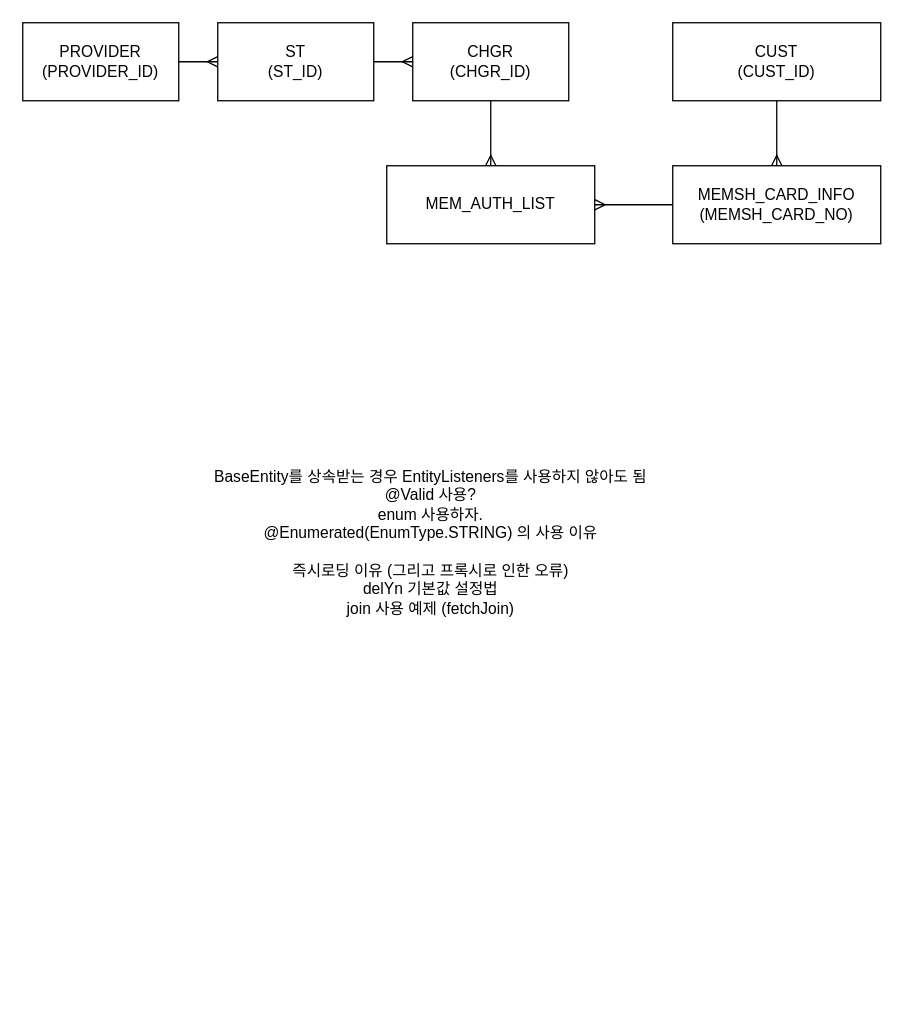
Before: mg/제목 없는 다이어그램.drawio in nadale28/drawio, a draw.io diagram. Source tidied: cells renumbered, new cells numbered last; positions are measured from the earlier drawing's top-left corner, leaving out a move shared by most shapes. Both pictures are drawn from the tidied source at 130%, with x=0, y=0 at pixel (22, 22).
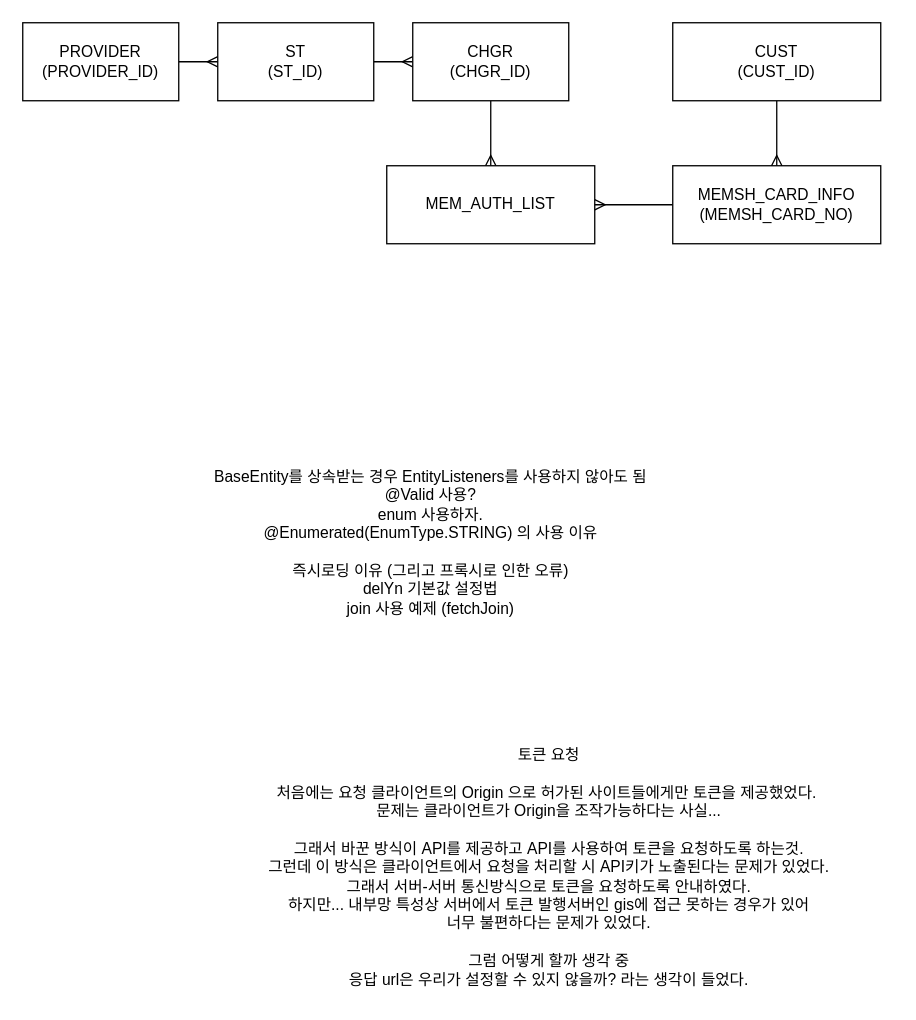
The same page after the edit.

Commit message:
제목 없는 다이어그램.drawio 업데이트

What changed in the source:
```diff
@@
 <mxGraphModel>
   <root>
     <mxCell id="0" />
     <mxCell id="1" parent="0" />
     <mxCell id="2" style="edgeStyle=orthogonalEdgeStyle;rounded=0;jettySize=auto;html=1;endArrow=ERmany;endFill=0;" parent="1" edge="1" source="3" target="5">
       <mxGeometry relative="1" as="geometry" />
     </mxCell>
     <mxCell id="3" value="PROVIDER&lt;br&gt;(PROVIDER_ID)" style="rounded=0;whiteSpace=wrap;html=1;" parent="1" vertex="1">
       <mxGeometry width="120" height="60" as="geometry" />
     </mxCell>
     <mxCell id="4" style="edgeStyle=orthogonalEdgeStyle;rounded=0;jettySize=auto;html=1;endArrow=ERmany;endFill=0;" parent="1" edge="1" source="5" target="7">
       <mxGeometry relative="1" as="geometry" />
     </mxCell>
     <mxCell id="5" value="ST&lt;br&gt;(ST_ID)" style="rounded=0;whiteSpace=wrap;html=1;" parent="1" vertex="1">
       <mxGeometry x="150" width="120" height="60" as="geometry" />
     </mxCell>
     <mxCell id="6" style="edgeStyle=orthogonalEdgeStyle;rounded=0;jettySize=auto;html=1;endArrow=ERmany;endFill=0;" parent="1" edge="1" source="7" target="8">
       <mxGeometry relative="1" as="geometry" />
     </mxCell>
     <mxCell id="7" value="CHGR&lt;br&gt;(CHGR_ID)" style="rounded=0;whiteSpace=wrap;html=1;" parent="1" vertex="1">
       <mxGeometry x="300" width="120" height="60" as="geometry" />
     </mxCell>
     <mxCell id="8" value="MEM_AUTH_LIST" style="rounded=0;whiteSpace=wrap;html=1;" parent="1" vertex="1">
       <mxGeometry x="280" y="110" width="160" height="60" as="geometry" />
     </mxCell>
     <mxCell id="9" style="edgeStyle=orthogonalEdgeStyle;rounded=0;jettySize=auto;html=1;entryX=1;entryY=0.5;entryDx=0;entryDy=0;endArrow=ERmany;endFill=0;" parent="1" edge="1" source="10" target="8">
       <mxGeometry relative="1" as="geometry" />
     </mxCell>
     <mxCell id="10" value="MEMSH_CARD_INFO&lt;br&gt;(MEMSH_CARD_NO)" style="rounded=0;whiteSpace=wrap;html=1;" parent="1" vertex="1">
       <mxGeometry x="500" y="110" width="160" height="60" as="geometry" />
     </mxCell>
     <mxCell id="11" style="edgeStyle=orthogonalEdgeStyle;rounded=0;jettySize=auto;html=1;endArrow=ERmany;endFill=0;" parent="1" edge="1" source="12" target="10">
       <mxGeometry relative="1" as="geometry" />
     </mxCell>
     <mxCell id="12" value="CUST&lt;br&gt;(CUST_ID)" style="rounded=0;whiteSpace=wrap;html=1;" parent="1" vertex="1">
       <mxGeometry x="500" width="160" height="60" as="geometry" />
     </mxCell>
     <mxCell id="13" value="BaseEntity를 상속받는 경우 EntityListeners를 사용하지 않아도 됨&lt;br&gt;@Valid 사용?&lt;br&gt;enum 사용하자.&lt;br&gt;@Enumerated(EnumType.STRING) 의 사용 이유&lt;br&gt;&lt;br&gt;즉시로딩 이유 (그리고 프록시로 인한 오류)&lt;br&gt;delYn 기본값 설정법&lt;br&gt;join 사용 예제 (fetchJoin)" style="text;html=1;strokeColor=none;fillColor=none;align=center;verticalAlign=middle;whiteSpace=wrap;rounded=0;" parent="1" vertex="1">
       <mxGeometry x="84" y="340" width="460" height="120" as="geometry" />
     </mxCell>
+    <mxCell id="14" value="토큰 요청&lt;br&gt;&lt;br&gt;처음에는 요청 클라이언트의 Origin 으로 허가된 사이트들에게만 토큰을 제공했었다.&amp;nbsp;&lt;br&gt;문제는 클라이언트가 Origin을 조작가능하다는 사실...&lt;br&gt;&lt;br&gt;그래서 바꾼 방식이 API를 제공하고 API를 사용하여 토큰을 요청하도록 하는것.&lt;br&gt;그런데 이 방식은 클라이언트에서 요청을 처리할 시 API키가 노출된다는 문제가 있었다.&lt;br&gt;그래서 서버-서버 통신방식으로 토큰을 요청하도록 안내하였다.&lt;br&gt;하지만... 내부망 특성상 서버에서 토큰 발행서버인 gis에 접근 못하는 경우가 있어&lt;br&gt;너무 불편하다는 문제가 있었다.&lt;br&gt;&lt;br&gt;그럼 어떻게 할까 생각 중&lt;br&gt;응답 url은 우리가 설정할 수 있지 않을까? 라는 생각이 들었다.&lt;br&gt;" style="text;html=1;strokeColor=none;fillColor=none;align=center;verticalAlign=middle;whiteSpace=wrap;rounded=0;" parent="1" vertex="1">
+      <mxGeometry x="140" y="550" width="530" height="200" as="geometry" />
+    </mxCell>
   </root>
 </mxGraphModel>
```
